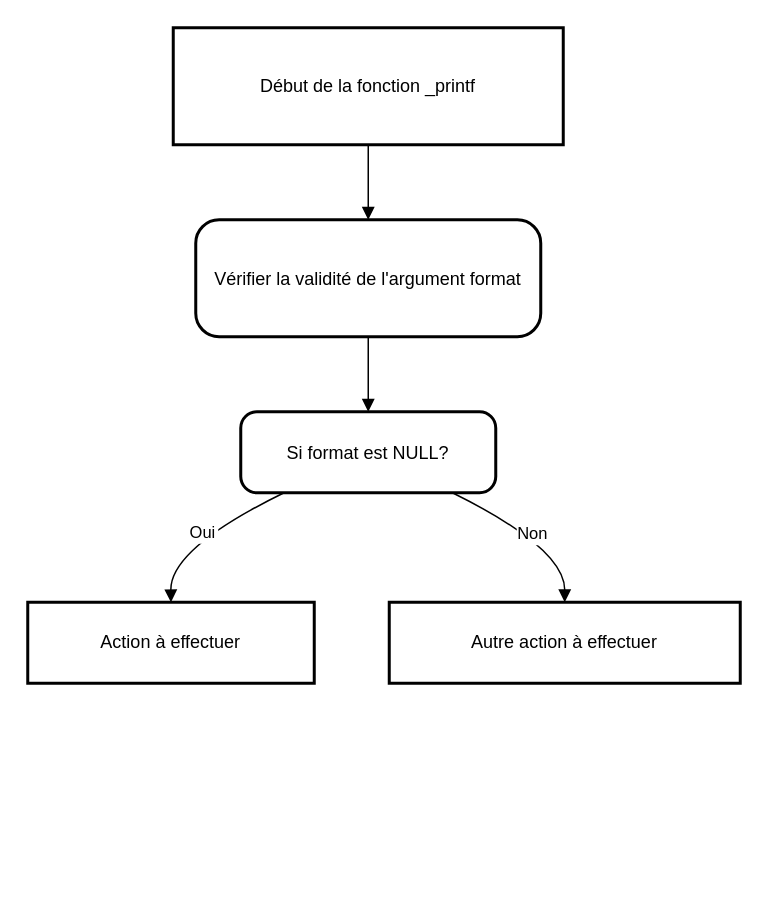
This is Diagramme sans nom.drawio from QuentinC26/holbertonschool-printf, a draw.io file, before an edit. Source tidied: cells renumbered, new cells numbered last; positions are measured from the earlier drawing's top-left corner, leaving out a move shared by most shapes. Both pictures are drawn from the tidied source at 150%, with x=0, y=0 at pixel (27, 27).
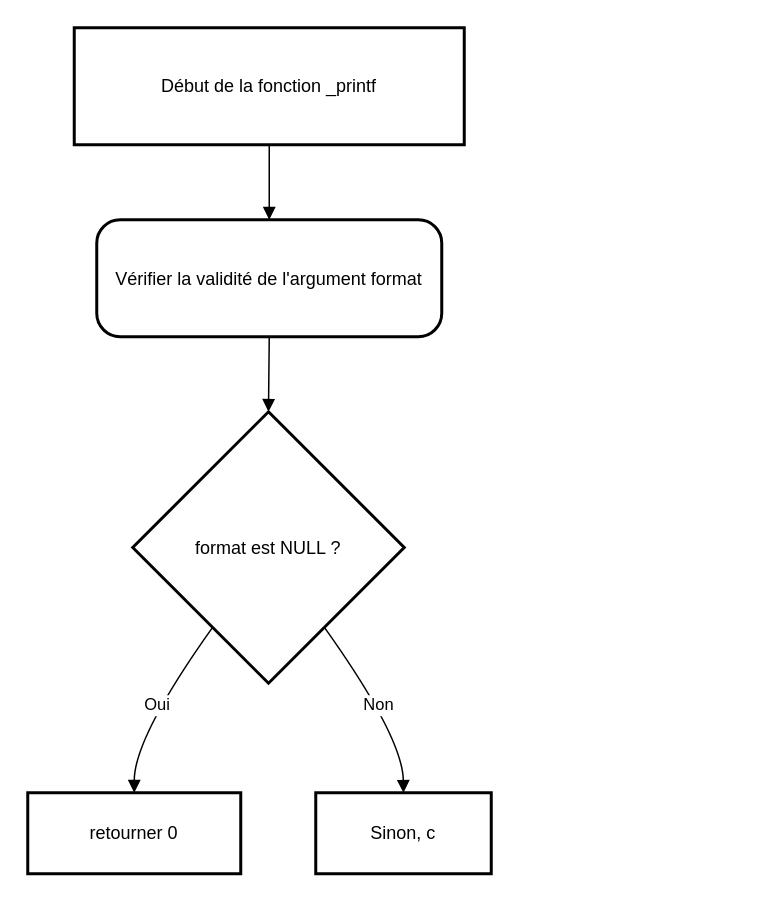
After the change.

What changed in the source:
```diff
@@
 <mxGraphModel>
   <root>
     <mxCell id="0" />
     <mxCell id="1" parent="0" />
     <mxCell id="2" value="Début de la fonction _printf" style="whiteSpace=wrap;strokeWidth=2;" parent="1" vertex="1">
-      <mxGeometry x="97" width="260" height="78" as="geometry" />
+      <mxGeometry x="31" width="260" height="78" as="geometry" />
     </mxCell>
     <mxCell id="3" value="Vérifier la validité de l'argument format" style="rounded=1;arcSize=20;strokeWidth=2;" parent="1" vertex="1">
-      <mxGeometry x="112" y="128" width="230" height="78" as="geometry" />
+      <mxGeometry x="46" y="128" width="230" height="78" as="geometry" />
     </mxCell>
-    <mxCell id="4" value="Si format est NULL?" style="rounded=1;arcSize=20;strokeWidth=2;" parent="1" vertex="1">
-      <mxGeometry x="142" y="256" width="170" height="54" as="geometry" />
+    <mxCell id="4" value="format est NULL ?" style="rhombus;strokeWidth=2;whiteSpace=wrap;" parent="1" vertex="1">
+      <mxGeometry x="70" y="256" width="181" height="181" as="geometry" />
     </mxCell>
-    <mxCell id="5" value="Action à effectuer" style="whiteSpace=wrap;strokeWidth=2;" parent="1" vertex="1">
-      <mxGeometry y="383" width="191" height="54" as="geometry" />
+    <mxCell id="5" value="retourner 0" style="whiteSpace=wrap;strokeWidth=2;" parent="1" vertex="1">
+      <mxGeometry y="510" width="142" height="54" as="geometry" />
     </mxCell>
-    <mxCell id="6" value="Autre action à effectuer" style="whiteSpace=wrap;strokeWidth=2;" parent="1" vertex="1">
-      <mxGeometry x="241" y="383" width="234" height="54" as="geometry" />
+    <mxCell id="6" value="Sinon, c" style="whiteSpace=wrap;strokeWidth=2;" parent="1" vertex="1">
+      <mxGeometry x="192" y="510" width="117" height="54" as="geometry" />
     </mxCell>
     <mxCell id="7" style="curved=1;startArrow=none;endArrow=block;exitX=0.5;exitY=1;entryX=0.5;entryY=0;" parent="1" edge="1" source="2" target="3">
       <mxGeometry relative="1" as="geometry" />
     </mxCell>
     <mxCell id="8" style="curved=1;startArrow=none;endArrow=block;exitX=0.5;exitY=1;entryX=0.5;entryY=0;" parent="1" edge="1" source="3" target="4">
       <mxGeometry relative="1" as="geometry" />
     </mxCell>
-    <mxCell id="9" value="Oui" style="curved=1;startArrow=none;endArrow=block;exitX=0.17;exitY=1;entryX=0.5;entryY=0;" parent="1" edge="1" source="4" target="5">
+    <mxCell id="9" value="Oui" style="curved=1;startArrow=none;endArrow=block;exitX=0.15;exitY=1;entryX=0.5;entryY=0;" parent="1" edge="1" source="4" target="5">
       <mxGeometry relative="1" as="geometry">
         <Array as="points">
-          <mxPoint x="95" y="347" />
+          <mxPoint x="71" y="473" />
         </Array>
       </mxGeometry>
     </mxCell>
-    <mxCell id="10" value="Non" style="curved=1;startArrow=none;endArrow=block;exitX=0.83;exitY=1;entryX=0.5;entryY=0;" parent="1" edge="1" source="4" target="6">
+    <mxCell id="10" value="Non" style="curved=1;startArrow=none;endArrow=block;exitX=0.85;exitY=1;entryX=0.5;entryY=0;" parent="1" edge="1" source="4" target="6">
       <mxGeometry relative="1" as="geometry">
         <Array as="points">
-          <mxPoint x="358" y="347" />
+          <mxPoint x="250" y="473" />
         </Array>
       </mxGeometry>
     </mxCell>
   </root>
 </mxGraphModel>
```
